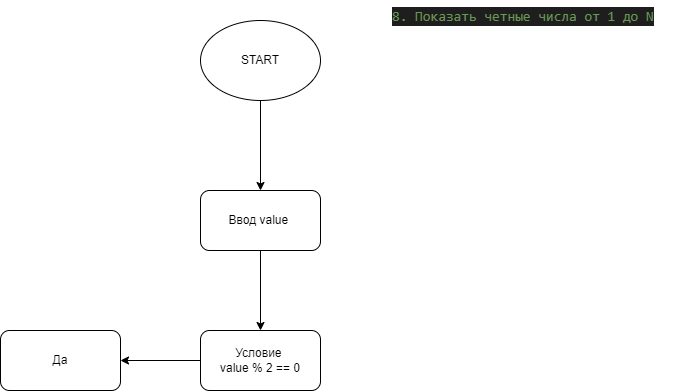
Earlier version of the draw.io export Seminar2/task_dop8/diagr.drawio.png (KomkovMS/GB_CS2022). Source tidied: cells renumbered, new cells last; positions are measured from the earlier drawing's top-left corner, leaving out a move shared by most shapes.
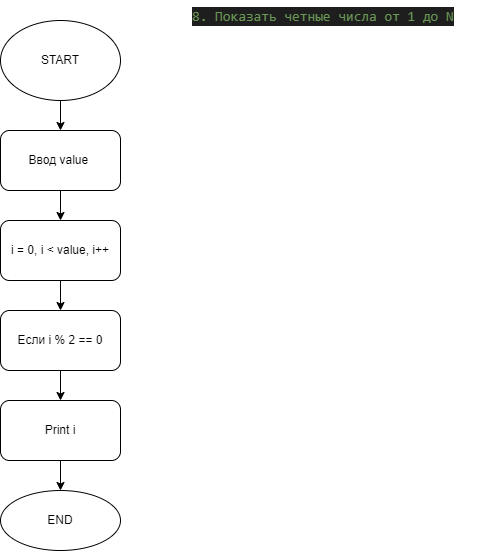
The same diagram one commit later.

Commit message:
блок-схема к задаче 8

Change to the diagram source:
```diff
@@ -15,16 +15,28 @@
       <mxGeometry relative="1" as="geometry" />
     </mxCell>
     <mxCell id="6" value="Ввод value&amp;nbsp;" style="rounded=1;whiteSpace=wrap;html=1;" parent="1" vertex="1">
-      <mxGeometry x="200" y="190" width="120" height="60" as="geometry" />
+      <mxGeometry x="200" y="130" width="120" height="60" as="geometry" />
     </mxCell>
-    <mxCell id="7" style="edgeStyle=none;html=1;" parent="1" edge="1" source="8" target="9">
-      <mxGeometry relative="1" as="geometry" />
-    </mxCell>
+    <mxCell id="10" style="edgeStyle=none;html=1;" parent="1" edge="1" source="8" target="12">
+      <mxGeometry relative="1" as="geometry" />
+    </mxCell>
-    <mxCell id="8" value="Условие&amp;nbsp;&lt;br&gt;value % 2 == 0" style="whiteSpace=wrap;html=1;rounded=1;" parent="1" vertex="1">
-      <mxGeometry x="200" y="330" width="120" height="60" as="geometry" />
+    <mxCell id="8" value="i = 0, i &amp;lt; value, i++" style="whiteSpace=wrap;html=1;rounded=1;" parent="1" vertex="1">
+      <mxGeometry x="200" y="220" width="120" height="60" as="geometry" />
     </mxCell>
-    <mxCell id="9" value="Да&lt;br&gt;" style="whiteSpace=wrap;html=1;rounded=1;" parent="1" vertex="1">
-      <mxGeometry y="330" width="120" height="60" as="geometry" />
-    </mxCell>
+    <mxCell id="11" style="edgeStyle=none;html=1;" parent="1" edge="1" source="12" target="14">
+      <mxGeometry relative="1" as="geometry" />
+    </mxCell>
+    <mxCell id="12" value="Если i % 2 == 0" style="whiteSpace=wrap;html=1;rounded=1;" parent="1" vertex="1">
+      <mxGeometry x="200" y="310" width="120" height="60" as="geometry" />
+    </mxCell>
+    <mxCell id="13" style="edgeStyle=none;html=1;" parent="1" edge="1" source="14" target="15">
+      <mxGeometry relative="1" as="geometry" />
+    </mxCell>
+    <mxCell id="14" value="Print i" style="whiteSpace=wrap;html=1;rounded=1;" parent="1" vertex="1">
+      <mxGeometry x="200" y="400" width="120" height="60" as="geometry" />
+    </mxCell>
+    <mxCell id="15" value="END" style="ellipse;whiteSpace=wrap;html=1;rounded=1;" parent="1" vertex="1">
+      <mxGeometry x="200" y="490" width="120" height="60" as="geometry" />
+    </mxCell>
   </root>
 </mxGraphModel>
```
